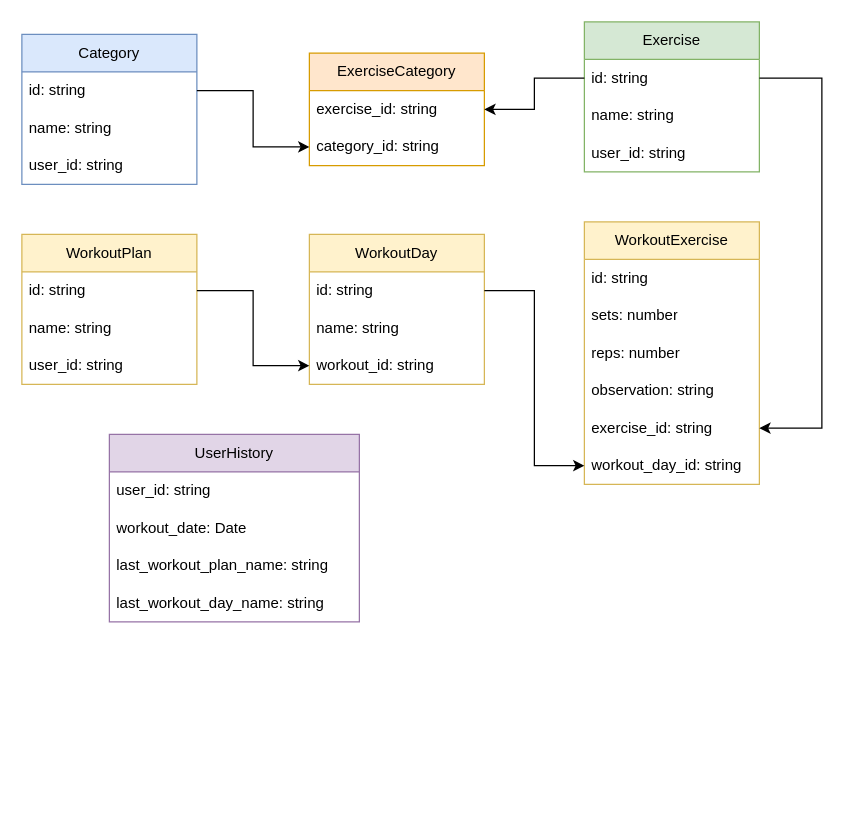
Above: docs/diagrama_banco_de_dados.drawio in paulocometti/back-treino-fofo (draw.io), before the change. Source tidied: cells renumbered, new cells numbered last; positions are measured from the earlier drawing's top-left corner, leaving out a move shared by most shapes. Both pictures are drawn from the tidied source at 125%, with x=0, y=0 at pixel (21, 21).
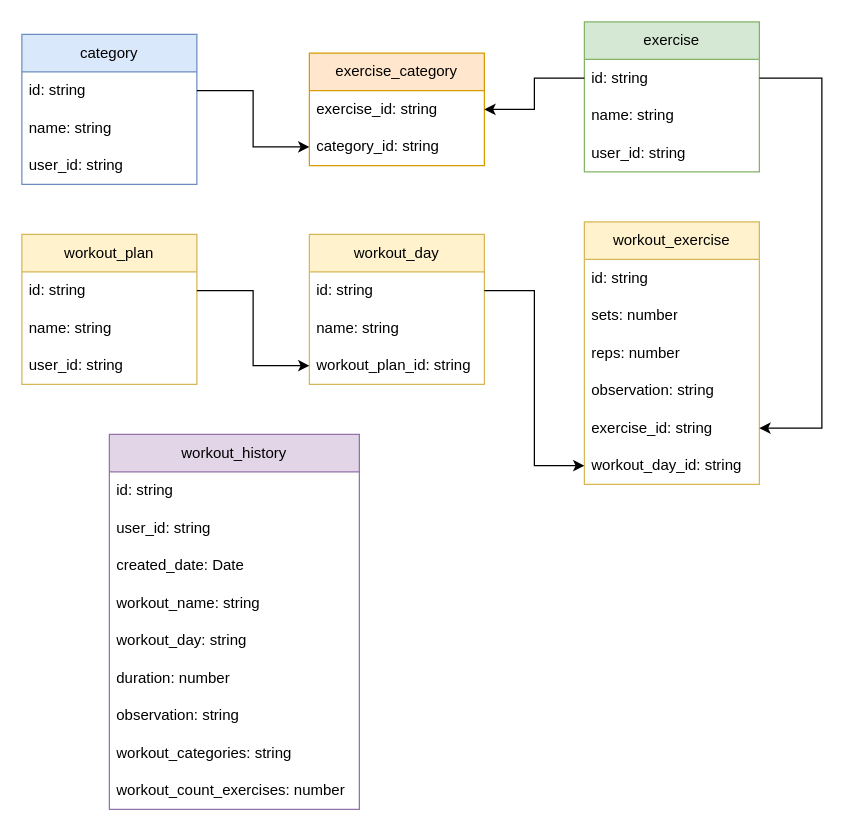
Above is the later version.

Commit message (it also covers changes not shown here):
fix dashboard days

What changed in the source:
```diff
@@
-    <mxCell id="2" value="Category" style="swimlane;fontStyle=0;horizontal=1;startSize=30;whiteSpace=wrap;html=1;fillColor=#dae8fc;strokeColor=#6c8ebf;" parent="1" vertex="1">
+    <mxCell id="2" value="category" style="swimlane;fontStyle=0;horizontal=1;startSize=30;whiteSpace=wrap;html=1;fillColor=#dae8fc;strokeColor=#6c8ebf;" parent="1" vertex="1">
       <mxGeometry y="10" width="140" height="120" as="geometry" />
     </mxCell>
@@
-    <mxCell id="6" value="Exercise" style="swimlane;fontStyle=0;horizontal=1;startSize=30;whiteSpace=wrap;html=1;fillColor=#d5e8d4;strokeColor=#82b366;" parent="1" vertex="1">
+    <mxCell id="6" value="exercise" style="swimlane;fontStyle=0;horizontal=1;startSize=30;whiteSpace=wrap;html=1;fillColor=#d5e8d4;strokeColor=#82b366;" parent="1" vertex="1">
       <mxGeometry x="450" width="140" height="120" as="geometry" />
     </mxCell>
@@
-    <mxCell id="10" value="ExerciseCategory" style="swimlane;fontStyle=0;horizontal=1;startSize=30;whiteSpace=wrap;html=1;fillColor=#ffe6cc;strokeColor=#d79b00;" parent="1" vertex="1">
+    <mxCell id="10" value="exercise_category" style="swimlane;fontStyle=0;horizontal=1;startSize=30;whiteSpace=wrap;html=1;fillColor=#ffe6cc;strokeColor=#d79b00;" parent="1" vertex="1">
       <mxGeometry x="230" y="25" width="140" height="90" as="geometry" />
     </mxCell>
@@
-    <mxCell id="15" value="UserHistory" style="swimlane;fontStyle=0;horizontal=1;startSize=30;whiteSpace=wrap;html=1;fillColor=#e1d5e7;strokeColor=#9673a6;" parent="1" vertex="1">
-      <mxGeometry x="70" y="330" width="200" height="150" as="geometry" />
+    <mxCell id="15" value="workout_history" style="swimlane;fontStyle=0;horizontal=1;startSize=30;whiteSpace=wrap;html=1;fillColor=#e1d5e7;strokeColor=#9673a6;" parent="1" vertex="1">
+      <mxGeometry x="70" y="330" width="200" height="300" as="geometry" />
     </mxCell>
-    <mxCell id="16" value="user_id: string" style="text;strokeColor=none;fillColor=none;align=left;verticalAlign=middle;spacingLeft=4;spacingRight=4;overflow=hidden;whiteSpace=wrap;html=1;" parent="15" vertex="1">
+    <mxCell id="16" value="id: string" style="text;strokeColor=none;fillColor=none;align=left;verticalAlign=middle;spacingLeft=4;spacingRight=4;overflow=hidden;whiteSpace=wrap;html=1;" parent="15" vertex="1">
       <mxGeometry y="30" width="200" height="30" as="geometry" />
     </mxCell>
+    <mxCell id="38" value="user_id: string" style="text;strokeColor=none;fillColor=none;align=left;verticalAlign=middle;spacingLeft=4;spacingRight=4;overflow=hidden;whiteSpace=wrap;html=1;" parent="15" vertex="1">
+      <mxGeometry y="60" width="200" height="30" as="geometry" />
+    </mxCell>
-    <mxCell id="17" value="workout_date: Date" style="text;strokeColor=none;fillColor=none;align=left;verticalAlign=middle;spacingLeft=4;spacingRight=4;overflow=hidden;whiteSpace=wrap;html=1;" parent="15" vertex="1">
-      <mxGeometry y="60" width="200" height="30" as="geometry" />
+    <mxCell id="17" value="created_date: Date" style="text;strokeColor=none;fillColor=none;align=left;verticalAlign=middle;spacingLeft=4;spacingRight=4;overflow=hidden;whiteSpace=wrap;html=1;" parent="15" vertex="1">
+      <mxGeometry y="90" width="200" height="30" as="geometry" />
     </mxCell>
+    <mxCell id="39" value="workout_name: string" style="text;strokeColor=none;fillColor=none;align=left;verticalAlign=middle;spacingLeft=4;spacingRight=4;overflow=hidden;whiteSpace=wrap;html=1;" parent="15" vertex="1">
+      <mxGeometry y="120" width="200" height="30" as="geometry" />
+    </mxCell>
+    <mxCell id="40" value="workout_day: string" style="text;strokeColor=none;fillColor=none;align=left;verticalAlign=middle;spacingLeft=4;spacingRight=4;overflow=hidden;whiteSpace=wrap;html=1;" parent="15" vertex="1">
+      <mxGeometry y="150" width="200" height="30" as="geometry" />
+    </mxCell>
-    <mxCell id="18" value="last_workout_plan_name: string" style="text;strokeColor=none;fillColor=none;align=left;verticalAlign=middle;spacingLeft=4;spacingRight=4;overflow=hidden;whiteSpace=wrap;html=1;" parent="15" vertex="1">
-      <mxGeometry y="90" width="200" height="30" as="geometry" />
+    <mxCell id="18" value="duration: number" style="text;strokeColor=none;fillColor=none;align=left;verticalAlign=middle;spacingLeft=4;spacingRight=4;overflow=hidden;whiteSpace=wrap;html=1;" parent="15" vertex="1">
+      <mxGeometry y="180" width="200" height="30" as="geometry" />
     </mxCell>
+    <mxCell id="41" value="observation: string" style="text;strokeColor=none;fillColor=none;align=left;verticalAlign=middle;spacingLeft=4;spacingRight=4;overflow=hidden;whiteSpace=wrap;html=1;" parent="15" vertex="1">
+      <mxGeometry y="210" width="200" height="30" as="geometry" />
+    </mxCell>
-    <mxCell id="19" value="last_workout_day_name: string" style="text;strokeColor=none;fillColor=none;align=left;verticalAlign=middle;spacingLeft=4;spacingRight=4;overflow=hidden;whiteSpace=wrap;html=1;" parent="15" vertex="1">
-      <mxGeometry y="120" width="200" height="30" as="geometry" />
+    <mxCell id="19" value="workout_categories: string" style="text;strokeColor=none;fillColor=none;align=left;verticalAlign=middle;spacingLeft=4;spacingRight=4;overflow=hidden;whiteSpace=wrap;html=1;" parent="15" vertex="1">
+      <mxGeometry y="240" width="200" height="30" as="geometry" />
     </mxCell>
+    <mxCell id="42" value="workout_count_exercises: number" style="text;strokeColor=none;fillColor=none;align=left;verticalAlign=middle;spacingLeft=4;spacingRight=4;overflow=hidden;whiteSpace=wrap;html=1;" parent="15" vertex="1">
+      <mxGeometry y="270" width="200" height="30" as="geometry" />
+    </mxCell>
-    <mxCell id="20" value="WorkoutPlan" style="swimlane;fontStyle=0;horizontal=1;startSize=30;whiteSpace=wrap;html=1;fillColor=#fff2cc;strokeColor=#d6b656;" parent="1" vertex="1">
+    <mxCell id="20" value="workout_plan" style="swimlane;fontStyle=0;horizontal=1;startSize=30;whiteSpace=wrap;html=1;fillColor=#fff2cc;strokeColor=#d6b656;" parent="1" vertex="1">
       <mxGeometry y="170" width="140" height="120" as="geometry" />
     </mxCell>
@@
-    <mxCell id="24" value="WorkoutDay" style="swimlane;fontStyle=0;horizontal=1;startSize=30;whiteSpace=wrap;html=1;fillColor=#fff2cc;strokeColor=#d6b656;" parent="1" vertex="1">
+    <mxCell id="24" value="workout_day" style="swimlane;fontStyle=0;horizontal=1;startSize=30;whiteSpace=wrap;html=1;fillColor=#fff2cc;strokeColor=#d6b656;" parent="1" vertex="1">
       <mxGeometry x="230" y="170" width="140" height="120" as="geometry" />
     </mxCell>
@@
-    <mxCell id="27" value="workout_id: string" style="text;strokeColor=none;fillColor=none;align=left;verticalAlign=middle;spacingLeft=4;spacingRight=4;overflow=hidden;points=[[0,0.5],[1,0.5]];portConstraint=eastwest;whiteSpace=wrap;html=1;" parent="24" vertex="1">
+    <mxCell id="27" value="workout_plan_id: string" style="text;strokeColor=none;fillColor=none;align=left;verticalAlign=middle;spacingLeft=4;spacingRight=4;overflow=hidden;points=[[0,0.5],[1,0.5]];portConstraint=eastwest;whiteSpace=wrap;html=1;" parent="24" vertex="1">
       <mxGeometry y="90" width="140" height="30" as="geometry" />
     </mxCell>
@@
-    <mxCell id="29" value="WorkoutExercise" style="swimlane;fontStyle=0;horizontal=1;startSize=30;whiteSpace=wrap;html=1;fillColor=#fff2cc;strokeColor=#d6b656;" parent="1" vertex="1">
+    <mxCell id="29" value="workout_exercise" style="swimlane;fontStyle=0;horizontal=1;startSize=30;whiteSpace=wrap;html=1;fillColor=#fff2cc;strokeColor=#d6b656;" parent="1" vertex="1">
       <mxGeometry x="450" y="160" width="140" height="210" as="geometry" />
     </mxCell>
```
